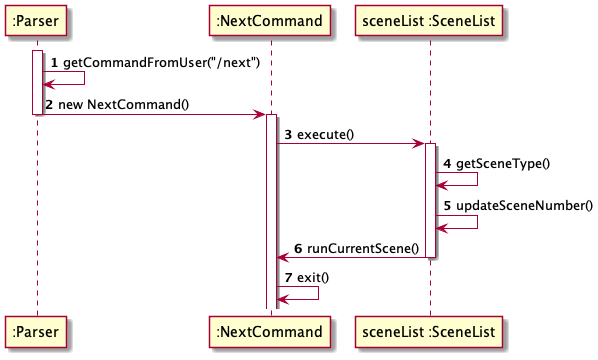
Above: docs/ParserUML.png in peng-217/tp (PlantUML), before the change. Source of this version:
```plantuml
@startuml

autonumber
activate ":Parser"

":Parser" -> ":Parser": getCommandFromUser("/next")
":Parser" -> ":NextCommand": new NextCommand()
deactivate ":Parser"
activate ":NextCommand"

":NextCommand" -> "sceneList :SceneList": execute()
activate "sceneList :SceneList"

"sceneList :SceneList" -> "sceneList :SceneList": getSceneType()
"sceneList :SceneList" -> "sceneList :SceneList": updateSceneNumber()
"sceneList :SceneList" -> ":NextCommand": runCurrentScene()
deactivate "sceneList :SceneList"

":NextCommand" -> ":NextCommand": exit()


@enduml
```
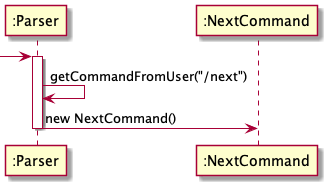
After the commit.

Diff of the diagram source:
```diff
@@ -1,22 +1,12 @@
 @startuml
 
-autonumber
+
+
+-> ":Parser"
 activate ":Parser"
 
 ":Parser" -> ":Parser": getCommandFromUser("/next")
 ":Parser" -> ":NextCommand": new NextCommand()
 deactivate ":Parser"
-activate ":NextCommand"
-
-":NextCommand" -> "sceneList :SceneList": execute()
-activate "sceneList :SceneList"
-
-"sceneList :SceneList" -> "sceneList :SceneList": getSceneType()
-"sceneList :SceneList" -> "sceneList :SceneList": updateSceneNumber()
-"sceneList :SceneList" -> ":NextCommand": runCurrentScene()
-deactivate "sceneList :SceneList"
-
-":NextCommand" -> ":NextCommand": exit()
-
 
 @enduml
```
